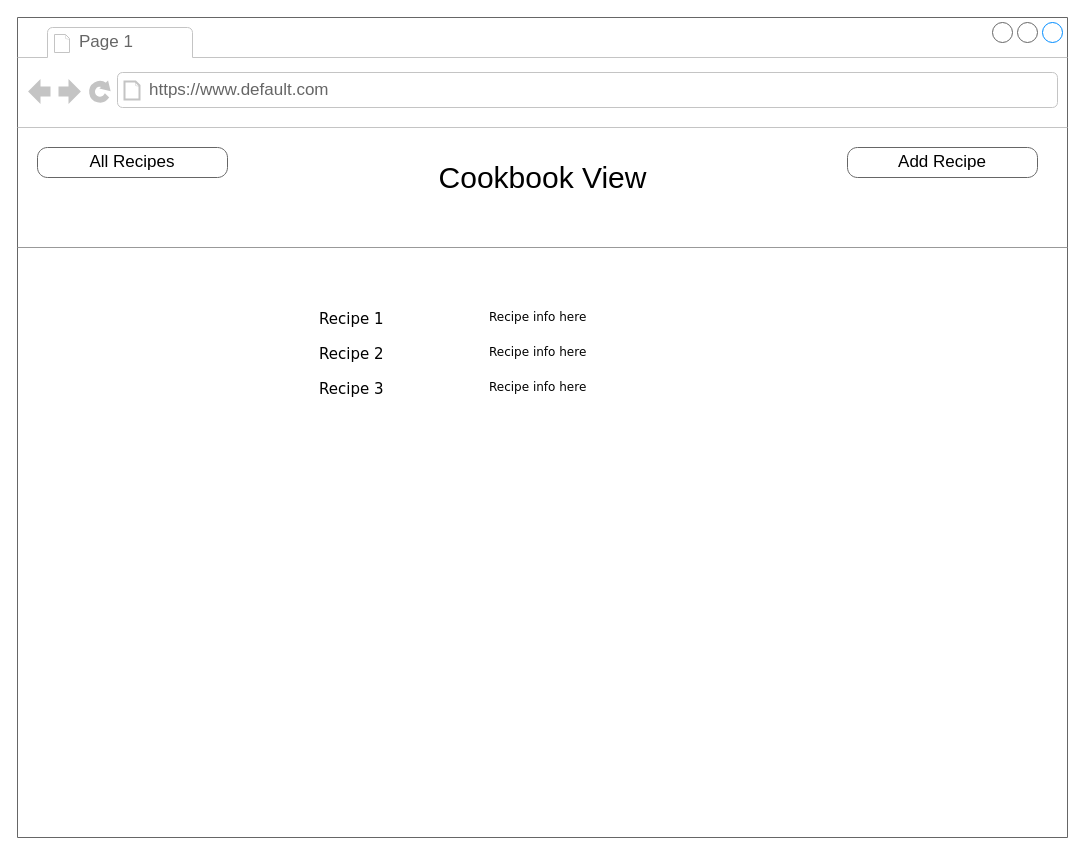
Before: page "Cookbook-View" (4 of 7) of assets/RR-wireframe.drawio in kfacison/Recipe_Repo_Project_2, a draw.io diagram. Source tidied: cells renumbered, new cells numbered last; positions are measured from the earlier drawing's top-left corner, leaving out a move shared by most shapes. Both pictures are drawn from the tidied source at 100%, with x=0, y=0 at pixel (17, 17).
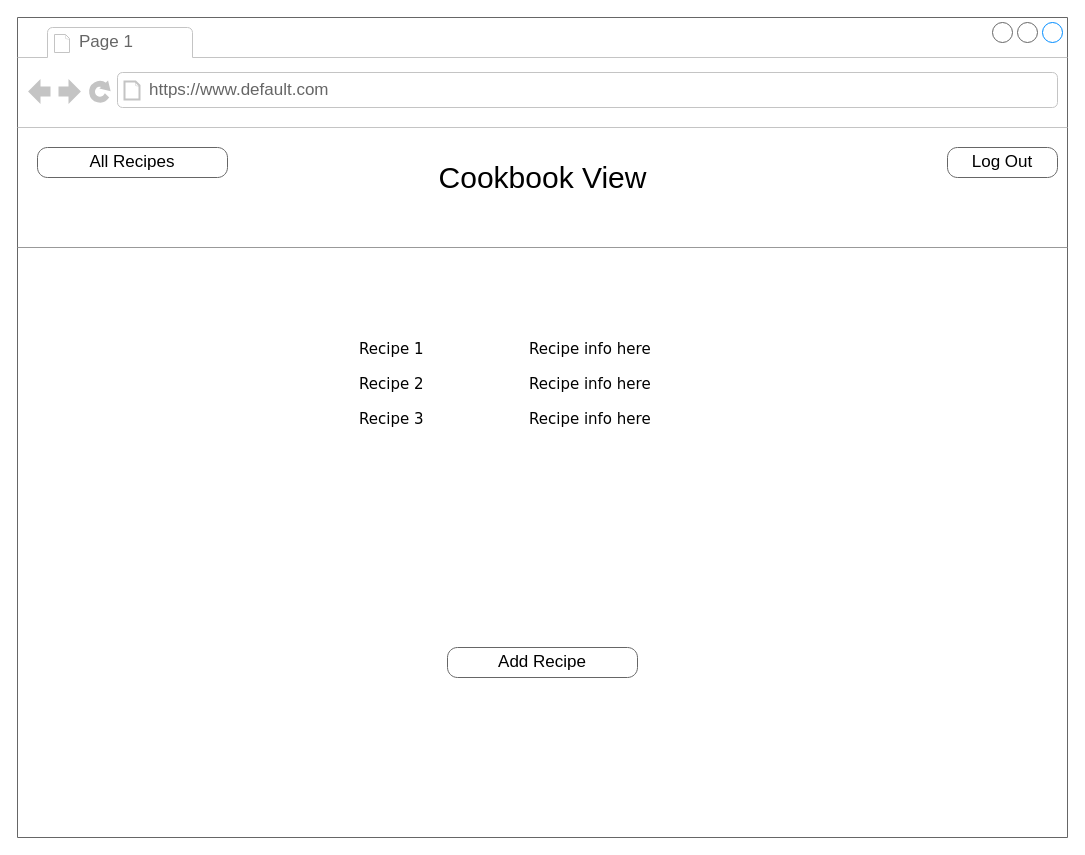
After the change.

What changed in the source:
```diff
@@
 <mxGraphModel>
   <root>
     <mxCell id="0" />
     <mxCell id="1" parent="0" />
     <mxCell id="2" style="strokeWidth=1;shadow=0;dashed=0;align=center;html=1;shape=mxgraph.mockup.containers.browserWindow;rSize=0;strokeColor=#666666;mainText=,;rounded=0;labelBackgroundColor=none;fontFamily=Verdana;fontSize=12;" parent="1" vertex="1">
       <mxGeometry width="1050" height="820" as="geometry" />
     </mxCell>
     <mxCell id="3" value="Page 1" style="strokeWidth=1;shadow=0;dashed=0;align=center;html=1;shape=mxgraph.mockup.containers.anchor;fontSize=17;fontColor=#666666;align=left;" parent="2" vertex="1">
       <mxGeometry x="60" y="12" width="110" height="26" as="geometry" />
     </mxCell>
     <mxCell id="4" value="https://www.default.com" style="strokeWidth=1;shadow=0;dashed=0;align=center;html=1;shape=mxgraph.mockup.containers.anchor;rSize=0;fontSize=17;fontColor=#666666;align=left;" parent="2" vertex="1">
       <mxGeometry x="130" y="60" width="250" height="26" as="geometry" />
     </mxCell>
     <mxCell id="5" value="&lt;p style=&quot;line-height: 1.2; margin-top: 0pt; margin-bottom: 0pt;&quot; dir=&quot;ltr&quot;&gt;&lt;/p&gt;&lt;div&gt;&lt;/div&gt;&lt;span style=&quot;font-family: Economica, sans-serif; background-color: transparent; font-variant-numeric: normal; font-variant-east-asian: normal; font-variant-alternates: normal; font-variant-position: normal; vertical-align: baseline;&quot;&gt;&lt;font style=&quot;font-size: 30px;&quot;&gt;Cookbook View&lt;/font&gt;&lt;/span&gt;&lt;p&gt;&lt;/p&gt;" style="text;html=1;align=center;verticalAlign=top;spacingTop=-4;fontSize=30;fontFamily=Verdana;" parent="2" vertex="1">
       <mxGeometry x="355" y="140" width="340" height="50" as="geometry" />
     </mxCell>
     <mxCell id="6" value="Recipe&amp;nbsp;1" style="text;html=1;align=left;verticalAlign=top;spacingTop=-4;fontSize=15;fontFamily=Verdana;" parent="2" vertex="1">
-      <mxGeometry x="300" y="290" width="170" height="30" as="geometry" />
+      <mxGeometry x="340" y="320" width="170" height="30" as="geometry" />
     </mxCell>
     <mxCell id="7" value="Add&amp;nbsp;Recipe" style="strokeWidth=1;shadow=0;dashed=0;align=center;html=1;shape=mxgraph.mockup.buttons.button;strokeColor=#666666;mainText=;buttonStyle=round;fontSize=17;fontStyle=0;fillColor=none;whiteSpace=wrap;rounded=0;labelBackgroundColor=none;" parent="2" vertex="1">
-      <mxGeometry x="830" y="130" width="190" height="30" as="geometry" />
+      <mxGeometry x="430" y="630" width="190" height="30" as="geometry" />
     </mxCell>
     <mxCell id="8" value="All&amp;nbsp;Recipes" style="strokeWidth=1;shadow=0;dashed=0;align=center;html=1;shape=mxgraph.mockup.buttons.button;strokeColor=#666666;mainText=;buttonStyle=round;fontSize=17;fontStyle=0;fillColor=none;whiteSpace=wrap;rounded=0;labelBackgroundColor=none;" parent="2" vertex="1">
       <mxGeometry x="20" y="130" width="190" height="30" as="geometry" />
     </mxCell>
-    <mxCell id="9" value="Recipe info here" style="text;html=1;align=left;verticalAlign=top;spacingTop=-4;fontSize=12;fontFamily=Verdana;whiteSpace=wrap;" parent="2" vertex="1">
-      <mxGeometry x="470" y="290" width="240" height="40" as="geometry" />
+    <mxCell id="9" value="Recipe info here" style="text;html=1;align=left;verticalAlign=top;spacingTop=-4;fontSize=15;fontFamily=Verdana;whiteSpace=wrap;" parent="2" vertex="1">
+      <mxGeometry x="510" y="320" width="240" height="40" as="geometry" />
     </mxCell>
     <mxCell id="10" style="verticalLabelPosition=bottom;shadow=0;dashed=0;align=center;html=1;verticalAlign=top;strokeWidth=1;shape=mxgraph.mockup.markup.line;strokeColor=#999999;rounded=0;labelBackgroundColor=none;fillColor=#ffffff;fontFamily=Verdana;fontSize=12;fontColor=#000000;" parent="2" vertex="1">
       <mxGeometry y="220" width="1050" height="20" as="geometry" />
     </mxCell>
     <mxCell id="11" value="Recipe 2" style="text;html=1;align=left;verticalAlign=top;spacingTop=-4;fontSize=15;fontFamily=Verdana;" parent="2" vertex="1">
-      <mxGeometry x="300" y="325" width="170" height="30" as="geometry" />
+      <mxGeometry x="340" y="355" width="170" height="30" as="geometry" />
     </mxCell>
-    <mxCell id="12" value="Recipe info here" style="text;html=1;align=left;verticalAlign=top;spacingTop=-4;fontSize=12;fontFamily=Verdana;whiteSpace=wrap;" parent="2" vertex="1">
-      <mxGeometry x="470" y="325" width="240" height="40" as="geometry" />
+    <mxCell id="12" value="Recipe info here" style="text;html=1;align=left;verticalAlign=top;spacingTop=-4;fontSize=15;fontFamily=Verdana;whiteSpace=wrap;" parent="2" vertex="1">
+      <mxGeometry x="510" y="355" width="240" height="40" as="geometry" />
     </mxCell>
     <mxCell id="13" value="Recipe 3" style="text;html=1;align=left;verticalAlign=top;spacingTop=-4;fontSize=15;fontFamily=Verdana;" parent="2" vertex="1">
-      <mxGeometry x="300" y="360" width="170" height="30" as="geometry" />
+      <mxGeometry x="340" y="390" width="170" height="30" as="geometry" />
     </mxCell>
-    <mxCell id="14" value="Recipe info here" style="text;html=1;align=left;verticalAlign=top;spacingTop=-4;fontSize=12;fontFamily=Verdana;whiteSpace=wrap;" parent="2" vertex="1">
-      <mxGeometry x="470" y="360" width="240" height="40" as="geometry" />
+    <mxCell id="14" value="Recipe info here" style="text;html=1;align=left;verticalAlign=top;spacingTop=-4;fontSize=15;fontFamily=Verdana;whiteSpace=wrap;" parent="2" vertex="1">
+      <mxGeometry x="510" y="390" width="240" height="40" as="geometry" />
     </mxCell>
+    <mxCell id="15" value="Log Out" style="strokeWidth=1;shadow=0;dashed=0;align=center;html=1;shape=mxgraph.mockup.buttons.button;strokeColor=#666666;mainText=;buttonStyle=round;fontSize=17;fontStyle=0;fillColor=none;whiteSpace=wrap;rounded=0;labelBackgroundColor=none;" parent="2" vertex="1">
+      <mxGeometry x="930" y="130" width="110" height="30" as="geometry" />
+    </mxCell>
   </root>
 </mxGraphModel>
```
